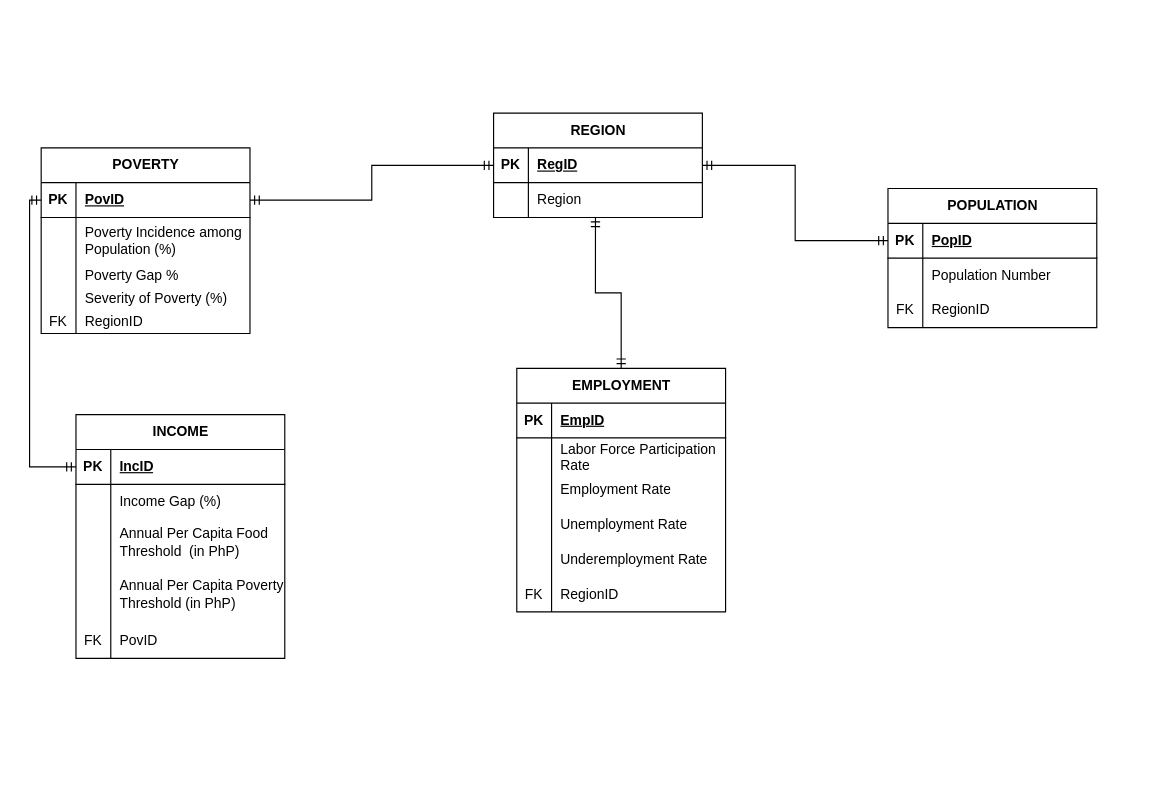
This is page "NRM" (3 of 4) of DECapstone diagrams.drawio from vinsanity2022/SPARTACapstone, a draw.io file, before an edit. Source tidied: cells renumbered, new cells numbered last; positions are measured from the earlier drawing's top-left corner, leaving out a move shared by most shapes. Both pictures are drawn from the tidied source at 116%, with x=0, y=0 at pixel (41, 113).
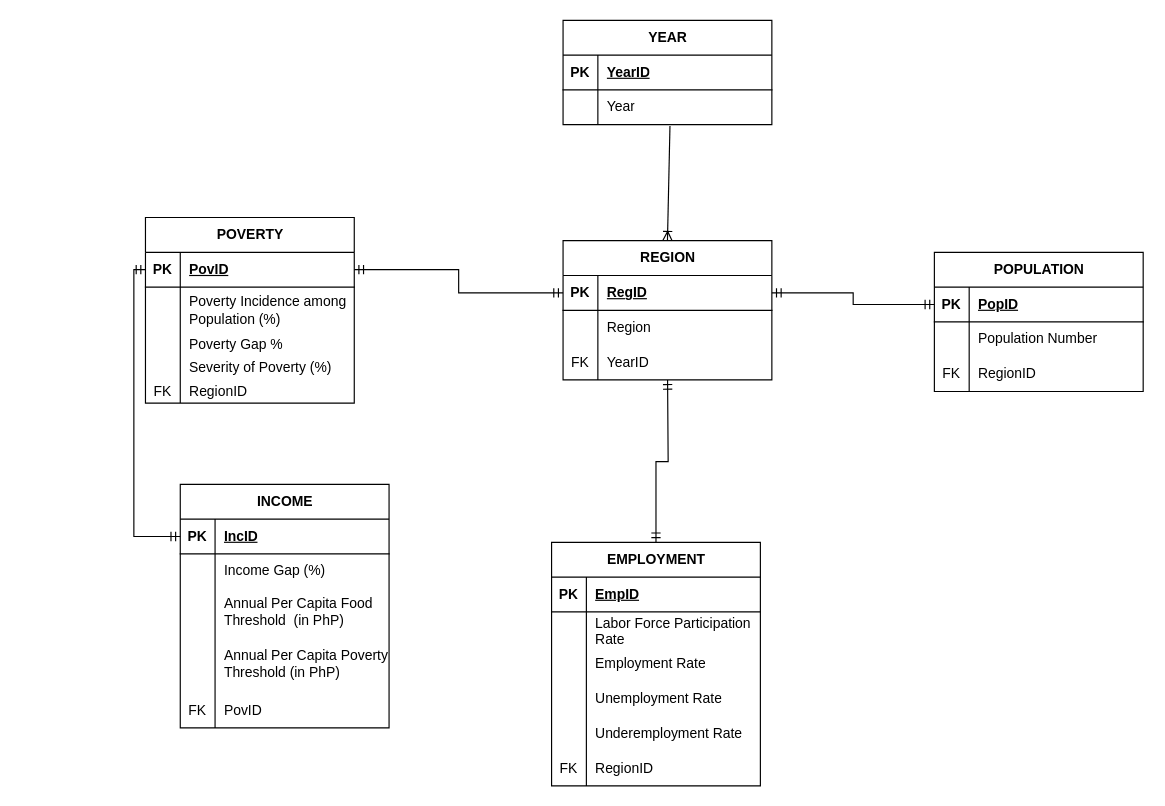
The same page after the edit.

The change refers to these unchanged cells:
```xml
<mxCell id="38" style="shape=tableRow;horizontal=0;startSize=0;swimlaneHead=0;swimlaneBody=0;fillColor=none;points=[[0,0.5],[1,0.5]];portConstraint=eastwest;top=0;left=0;right=0;bottom=0;" parent="34" vertex="1">
  <mxGeometry y="60" width="180" height="30" as="geometry" />
</mxCell>
```

Diff of the diagram source:
```diff
@@
     <mxCell id="2" value="POVERTY" style="shape=table;startSize=30;childLayout=tableLayout;rowLines=0;fontStyle=1;align=center;html=1;" parent="1" vertex="1">
-      <mxGeometry y="30" width="180" height="160" as="geometry" />
+      <mxGeometry x="89.9" y="90" width="180" height="160" as="geometry" />
     </mxCell>
@@
     <mxCell id="18" value="INCOME" style="shape=table;startSize=30;childLayout=tableLayout;rowLines=0;fontStyle=1;align=center;html=1;" parent="1" vertex="1">
-      <mxGeometry x="30" y="260" width="180" height="210" as="geometry" />
+      <mxGeometry x="119.9" y="320" width="180" height="210" as="geometry" />
     </mxCell>
@@
     <mxCell id="34" value="REGION" style="shape=table;startSize=30;childLayout=tableLayout;rowLines=0;fontStyle=1;align=center;html=1;" parent="1" vertex="1">
-      <mxGeometry x="390" width="180" height="90" as="geometry" />
+      <mxGeometry x="449.9" y="110" width="180" height="120" as="geometry" />
     </mxCell>
@@
+    <mxCell id="74" style="shape=tableRow;horizontal=0;startSize=0;swimlaneHead=0;swimlaneBody=0;fillColor=none;top=0;left=0;right=0;bottom=0;" parent="34" vertex="1">
+      <mxGeometry y="90" width="180" height="30" as="geometry" />
+    </mxCell>
+    <mxCell id="75" value="FK" style="shape=partialRectangle;fillColor=none;top=0;left=0;bottom=0;right=0;overflow=hidden;whiteSpace=wrap;html=1;" parent="74" vertex="1">
+      <mxGeometry width="30" height="30" as="geometry" />
+    </mxCell>
+    <mxCell id="76" value="YearID" style="shape=partialRectangle;fillColor=none;top=0;left=0;bottom=0;right=0;align=left;spacingLeft=6;overflow=hidden;whiteSpace=wrap;html=1;" parent="74" vertex="1">
+      <mxGeometry x="30" width="150" height="30" as="geometry" />
+    </mxCell>
@@
     <mxCell id="43" value="POPULATION" style="shape=table;startSize=30;childLayout=tableLayout;rowLines=0;fontStyle=1;align=center;html=1;" parent="1" vertex="1">
-      <mxGeometry x="730" y="65" width="180" height="120" as="geometry" />
+      <mxGeometry x="770" y="120" width="180" height="120" as="geometry" />
     </mxCell>
@@
     <mxCell id="54" value="EMPLOYMENT" style="shape=table;startSize=30;childLayout=tableLayout;rowLines=0;fontStyle=1;align=center;html=1;" parent="1" vertex="1">
-      <mxGeometry x="410" y="220" width="180" height="210" as="geometry" />
+      <mxGeometry x="440" y="370" width="180" height="210" as="geometry" />
     </mxCell>
@@
-    <mxCell id="73" style="edgeStyle=orthogonalEdgeStyle;fontSize=12;html=1;endArrow=ERmandOne;startArrow=ERmandOne;rounded=0;entryX=0.5;entryY=0;entryDx=0;entryDy=0;exitX=0.488;exitY=0.994;exitDx=0;exitDy=0;exitPerimeter=0;" parent="1" edge="1" source="38" target="54">
-      <mxGeometry relative="1" as="geometry" />
+    <mxCell id="73" style="edgeStyle=orthogonalEdgeStyle;fontSize=12;html=1;endArrow=ERmandOne;startArrow=ERmandOne;rounded=0;entryX=0.5;entryY=0;entryDx=0;entryDy=0;" parent="1" edge="1" target="54">
+      <mxGeometry relative="1" as="geometry">
+        <mxPoint x="540" y="230" as="sourcePoint" />
+      </mxGeometry>
     </mxCell>
+    <mxCell id="77" value="YEAR" style="shape=table;startSize=30;childLayout=tableLayout;rowLines=0;fontStyle=1;align=center;html=1;" parent="1" vertex="1">
+      <mxGeometry x="449.9" y="-80" width="180" height="90" as="geometry" />
+    </mxCell>
+    <mxCell id="78" style="shape=tableRow;horizontal=0;startSize=0;swimlaneHead=0;swimlaneBody=0;fillColor=none;top=0;left=0;right=0;bottom=1;" parent="77" vertex="1">
+      <mxGeometry y="30" width="180" height="30" as="geometry" />
+    </mxCell>
+    <mxCell id="79" value="PK" style="shape=partialRectangle;fillColor=none;top=0;left=0;bottom=0;right=0;fontStyle=1;overflow=hidden;whiteSpace=wrap;html=1;" parent="78" vertex="1">
+      <mxGeometry width="30" height="30" as="geometry" />
+    </mxCell>
+    <mxCell id="80" value="YearID" style="shape=partialRectangle;fillColor=none;top=0;left=0;bottom=0;right=0;align=left;spacingLeft=6;fontStyle=5;overflow=hidden;whiteSpace=wrap;html=1;" parent="78" vertex="1">
+      <mxGeometry x="30" width="150" height="30" as="geometry" />
+    </mxCell>
+    <mxCell id="81" style="shape=tableRow;horizontal=0;startSize=0;swimlaneHead=0;swimlaneBody=0;fillColor=none;points=[[0,0.5],[1,0.5]];portConstraint=eastwest;top=0;left=0;right=0;bottom=0;" parent="77" vertex="1">
+      <mxGeometry y="60" width="180" height="30" as="geometry" />
+    </mxCell>
+    <mxCell id="82" style="shape=partialRectangle;fillColor=none;top=0;left=0;bottom=0;right=0;overflow=hidden;whiteSpace=wrap;html=1;" parent="81" vertex="1">
+      <mxGeometry width="30" height="30" as="geometry" />
+    </mxCell>
+    <mxCell id="83" value="Year" style="shape=partialRectangle;fillColor=none;top=0;left=0;bottom=0;right=0;align=left;spacingLeft=6;overflow=hidden;whiteSpace=wrap;html=1;" parent="81" vertex="1">
+      <mxGeometry x="30" width="150" height="30" as="geometry" />
+    </mxCell>
+    <mxCell id="84" style="fontSize=12;html=1;endArrow=ERoneToMany;rounded=0;exitX=0.512;exitY=1.035;exitDx=0;exitDy=0;exitPerimeter=0;entryX=0.5;entryY=0;entryDx=0;entryDy=0;" parent="1" edge="1" source="81" target="34">
+      <mxGeometry relative="1" as="geometry" />
+    </mxCell>
```
